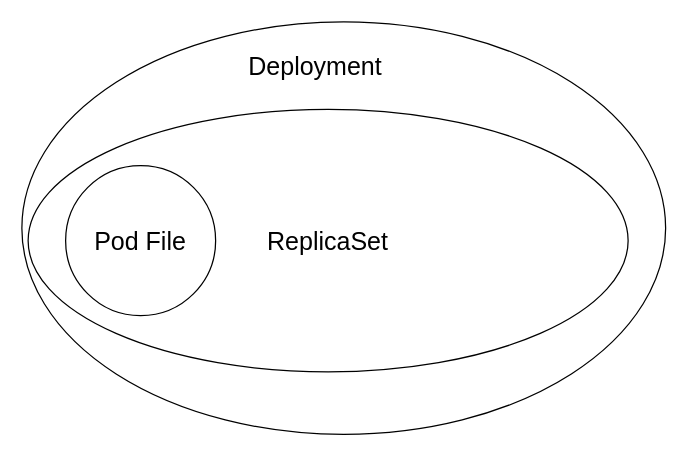
Above: K8s-session 5.drawio in seekasra/DiBucket (draw.io), before the change. Source tidied: cells renumbered, new cells numbered last; positions are measured from the earlier drawing's top-left corner, leaving out a move shared by most shapes. Both pictures are drawn from the tidied source at 125%, with x=0, y=0 at pixel (21, 21).
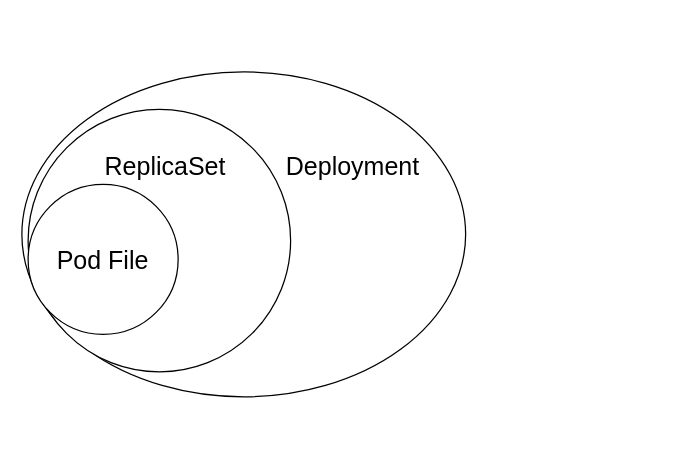
The same diagram, later.

Diff of the diagram source:
```diff
@@
 <mxGraphModel>
   <root>
     <mxCell id="0" />
     <mxCell id="1" parent="0" />
     <mxCell id="2" style="ellipse;whiteSpace=wrap;html=1;" parent="1" vertex="1">
-      <mxGeometry width="515" height="330" as="geometry" />
+      <mxGeometry y="40" width="355" height="260" as="geometry" />
     </mxCell>
-    <mxCell id="3" value="&lt;font style=&quot;font-size: 20px;&quot;&gt;ReplicaSet&lt;/font&gt;" style="ellipse;whiteSpace=wrap;html=1;" parent="1" vertex="1">
-      <mxGeometry x="5" y="70" width="480" height="210" as="geometry" />
+    <mxCell id="3" style="ellipse;whiteSpace=wrap;html=1;" parent="1" vertex="1">
+      <mxGeometry x="5" y="70" width="210" height="210" as="geometry" />
     </mxCell>
     <mxCell id="4" value="&lt;font style=&quot;font-size: 20px;&quot;&gt;Pod File&lt;/font&gt;" style="ellipse;whiteSpace=wrap;html=1;" parent="1" vertex="1">
-      <mxGeometry x="35" y="115" width="120" height="120" as="geometry" />
+      <mxGeometry x="5" y="130" width="120" height="120" as="geometry" />
     </mxCell>
     <mxCell id="5" value="&lt;font style=&quot;font-size: 20px;&quot;&gt;Deployment&lt;br&gt;&lt;/font&gt;" style="text;html=1;strokeColor=none;fillColor=none;align=center;verticalAlign=middle;whiteSpace=wrap;rounded=0;" parent="1" vertex="1">
-      <mxGeometry x="205" y="20" width="60" height="30" as="geometry" />
+      <mxGeometry x="235" y="100" width="60" height="30" as="geometry" />
     </mxCell>
+    <mxCell id="6" value="&lt;font style=&quot;font-size: 20px;&quot;&gt;ReplicaSet&lt;br&gt;&lt;/font&gt;" style="text;html=1;strokeColor=none;fillColor=none;align=center;verticalAlign=middle;whiteSpace=wrap;rounded=0;" parent="1" vertex="1">
+      <mxGeometry x="85" y="100" width="60" height="30" as="geometry" />
+    </mxCell>
   </root>
 </mxGraphModel>
```
